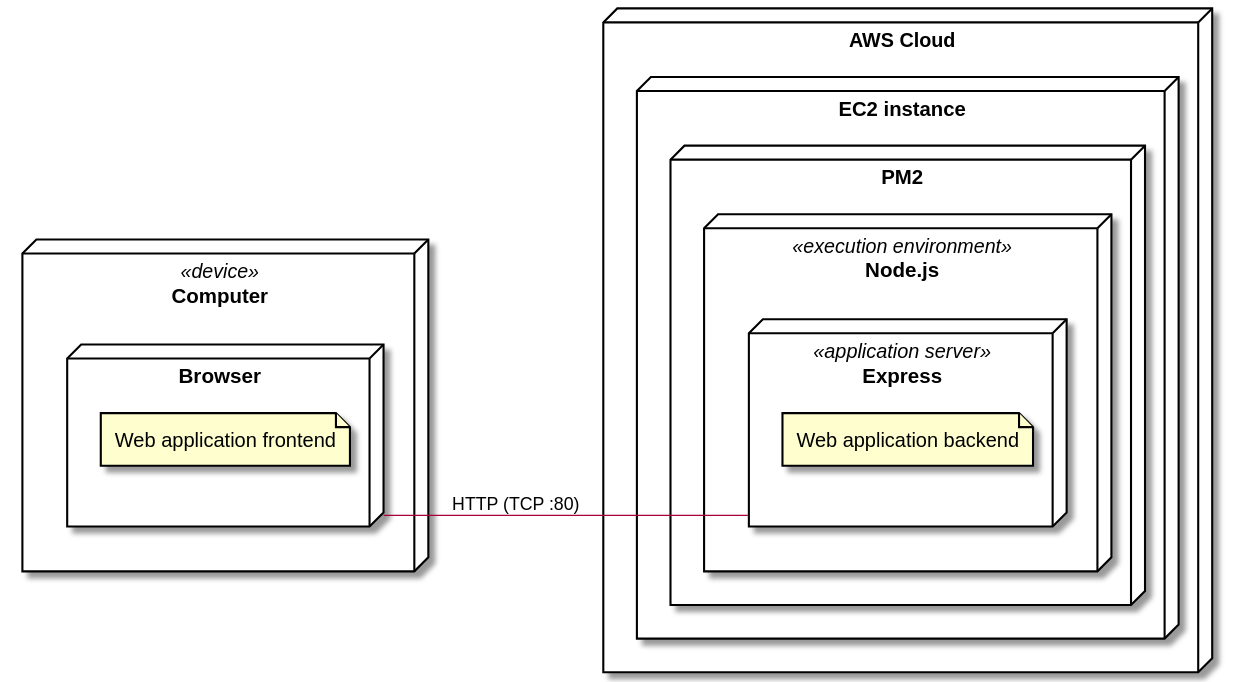
Before: out/docs/deployment/production_env.svg, a diagram exported from PlantUML (IEPSCF-Uccle-PROJWEB2-S1-2021/fablab-components). The source it was exported from:
```plantuml
@startuml production_env
left to right direction

node Computer <<device>> {
  node Browser {
    file "Web application frontend"
  }
}
node "AWS Cloud" {
  node "EC2 instance" {
    node PM2 {
      node Node.js <<execution environment>> {
        node Express <<application server>> {
          file "Web application backend"
        }
      }
    }
  }
}
Browser -- Express : HTTP (TCP :80)
@enduml
```
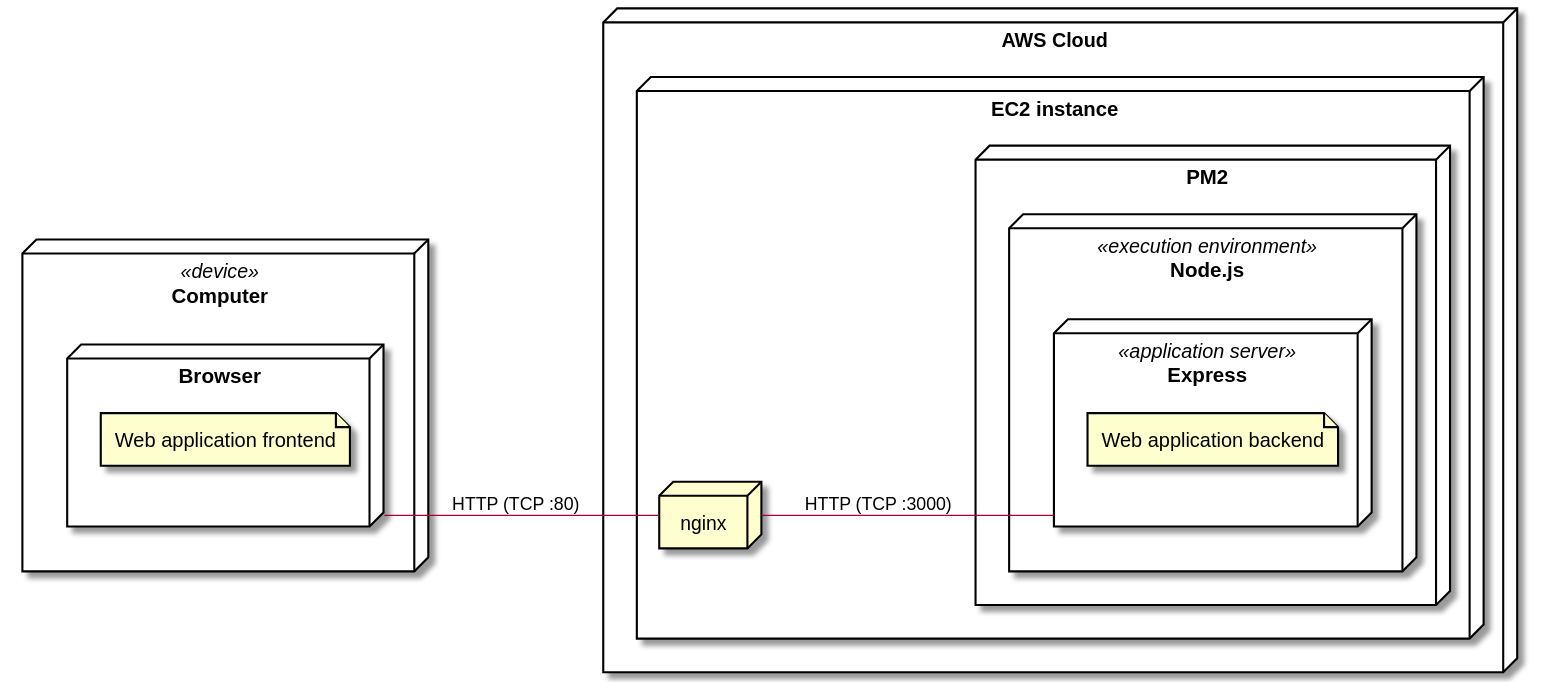
Later version of the same file.

Commit message:
Adapt deployment diagram.

What changed in the source:
```diff
@@ -8,6 +8,7 @@
 }
 node "AWS Cloud" {
   node "EC2 instance" {
+    node nginx
     node PM2 {
       node Node.js <<execution environment>> {
         node Express <<application server>> {
@@ -17,5 +18,6 @@
     }
   }
 }
-Browser -- Express : HTTP (TCP :80)
+Browser -- nginx : HTTP (TCP :80)
+nginx -- Express : HTTP (TCP :3000)
 @enduml
```
